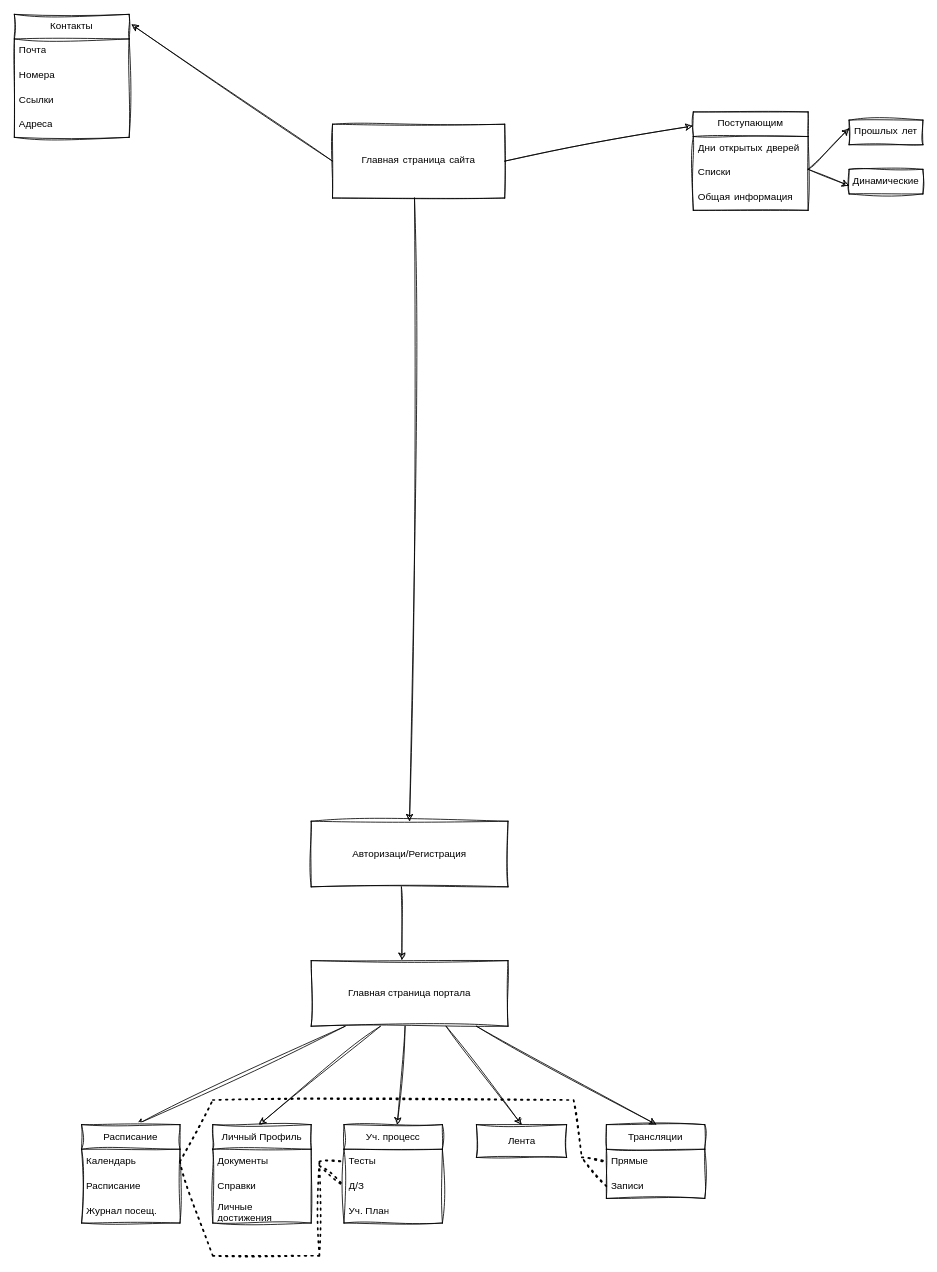
This is Architecture/Inf.drawio from Ptrrch/UNN, a draw.io file, before an edit. Source tidied: cells renumbered, new cells numbered last; positions are measured from the earlier drawing's top-left corner, leaving out a move shared by most shapes. Both pictures are drawn from the tidied source at 82%, with x=0, y=0 at pixel (14, 14).
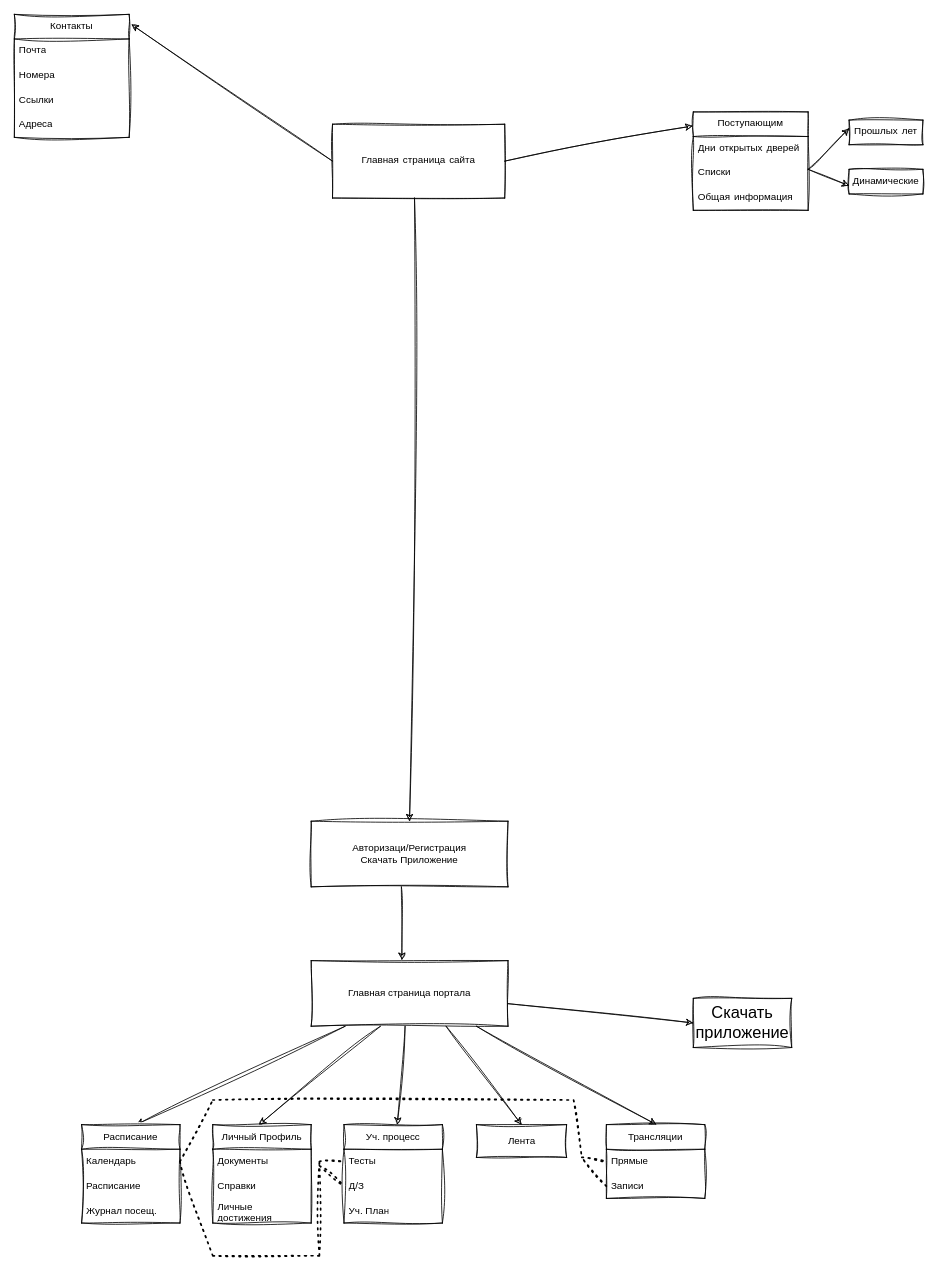
The same page after the edit.

Unchanged cells that the change refers to:
```xml
<mxCell id="40" value="Главная страница портала" style="html=1;whiteSpace=wrap;rounded=0;sketch=1;curveFitting=1;jiggle=2;" parent="1" vertex="1">
  <mxGeometry x="362" y="1154" width="240" height="80" as="geometry" />
</mxCell>
```

Diff of the diagram source:
```diff
@@
-    <mxCell id="2" value="Авторизаци/Регистрация" style="html=1;whiteSpace=wrap;rounded=0;sketch=1;curveFitting=1;jiggle=2;" parent="1" vertex="1">
+    <mxCell id="2" value="Авторизаци/Регистрация&lt;br&gt;Скачать Приложение" style="html=1;whiteSpace=wrap;rounded=0;sketch=1;curveFitting=1;jiggle=2;" parent="1" vertex="1">
       <mxGeometry x="362" y="984" width="240" height="80" as="geometry" />
     </mxCell>
@@
+    <mxCell id="47" style="edgeStyle=none;sketch=1;hachureGap=4;jiggle=2;curveFitting=1;html=1;entryX=0;entryY=0.5;entryDx=0;entryDy=0;fontFamily=Architects Daughter;fontSize=16;" parent="1" edge="1" source="40" target="48">
+      <mxGeometry relative="1" as="geometry" />
+    </mxCell>
@@
+    <mxCell id="48" value="Скачать приложение" style="whiteSpace=wrap;html=1;sketch=1;hachureGap=4;jiggle=2;curveFitting=1;fontFamily=Architects Daughter;fontSize=20;strokeWidth=1;fillColor=default;" parent="1" vertex="1">
+      <mxGeometry x="828" y="1200" width="120" height="60" as="geometry" />
+    </mxCell>
```
